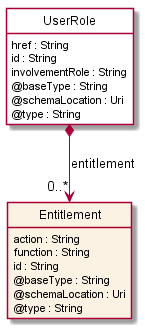
This is apis/TMF672_User_Role_Permission/documentation/diagrams/Resource_UserRole.png from tmforum-apis/Open_Api_And_Data_Model, a PlantUML export, as it was before one commit. Its diagram source:
```plantuml
@startuml
hide circle
hide methods
hide stereotype
show <<Enumeration>> stereotype
skinparam class {
   BackgroundColor<<Enumeration>> #E6F5F7
   BackgroundColor<<Ref>> #FFFFE0
   BackgroundColor<<Pivot>> #FFFFFFF
   BackgroundColor #FCF2E3
}

class UserRole  <<Pivot>> {
    href : String
    id : String
    involvementRole : String
    @baseType : String
    @schemaLocation : Uri
    @type : String
}

class Entitlement  {
    action : String
    function : String
    id : String
    @baseType : String
    @schemaLocation : Uri
    @type : String
}

UserRole *-->  "0..*" Entitlement : entitlement

@enduml
```
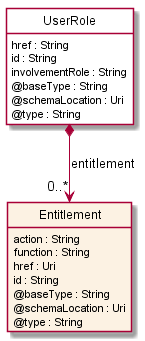
After the commit.

What changed in the source:
```diff
@@ -22,6 +22,7 @@
 class Entitlement  {
     action : String
     function : String
+    href : Uri
     id : String
     @baseType : String
     @schemaLocation : Uri
```
